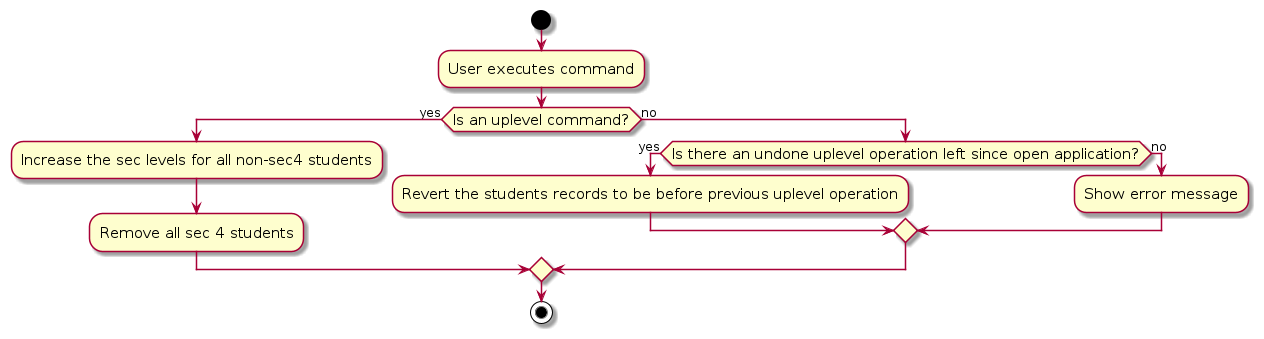
AY2324S1-CS2103T-W13-2/tp keeps this PlantUML diagram as diagrams/UpdateSecLevelActivityDiagram.png. Above is the earlier version. Its source is kept beside it as diagrams/UpdateSecLevelActivityDiagram.puml.
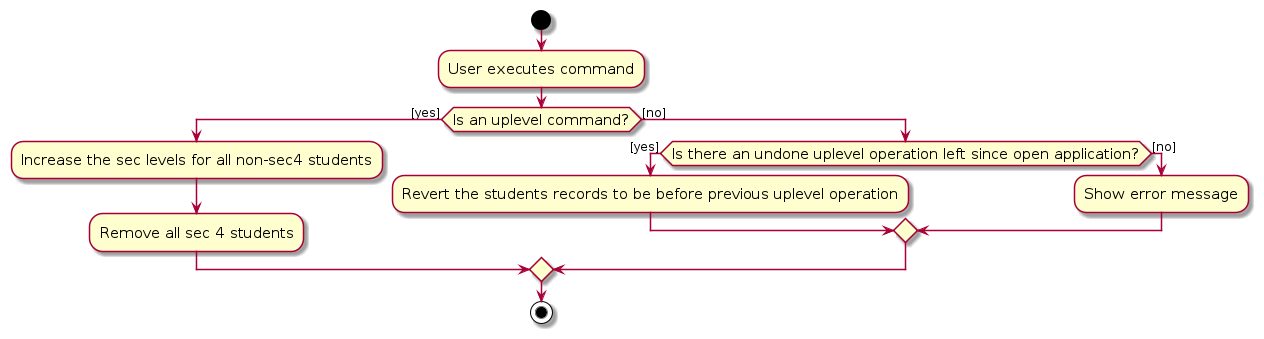
The same file after the commit.

What changed in the source:
```diff
@@ -5,13 +5,13 @@
 
 start
 :User executes command;
-if (Is an uplevel command?) then (yes)
+if (Is an uplevel command?) then ([yes])
     :Increase the sec levels for all non-sec4 students;
     :Remove all sec 4 students;
-else (no)
-    if (Is there an undone uplevel operation left since open application?) then (yes)
+else ([no])
+    if (Is there an undone uplevel operation left since open application?) then ([yes])
         :Revert the students records to be before previous uplevel operation;
-    else (no)
+    else ([no])
         :Show error message;
     endif
 endif
```
